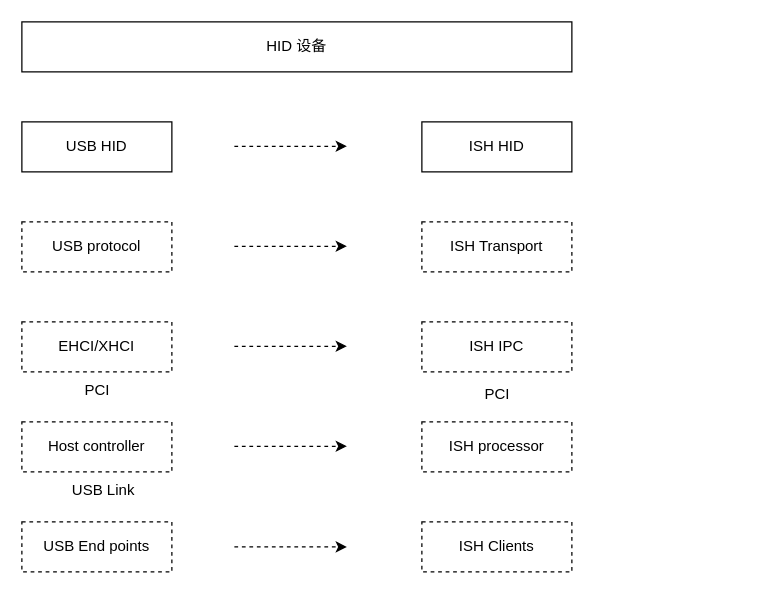
Before: page "框架对比" (1 of 2) of ISH 总线设备驱动模型.drawio in Vinson-001/Blog-flow-chart, a draw.io diagram. Source tidied: cells renumbered, new cells numbered last; positions are measured from the earlier drawing's top-left corner, leaving out a move shared by most shapes. Both pictures are drawn from the tidied source at 125%, with x=0, y=0 at pixel (21, 21).
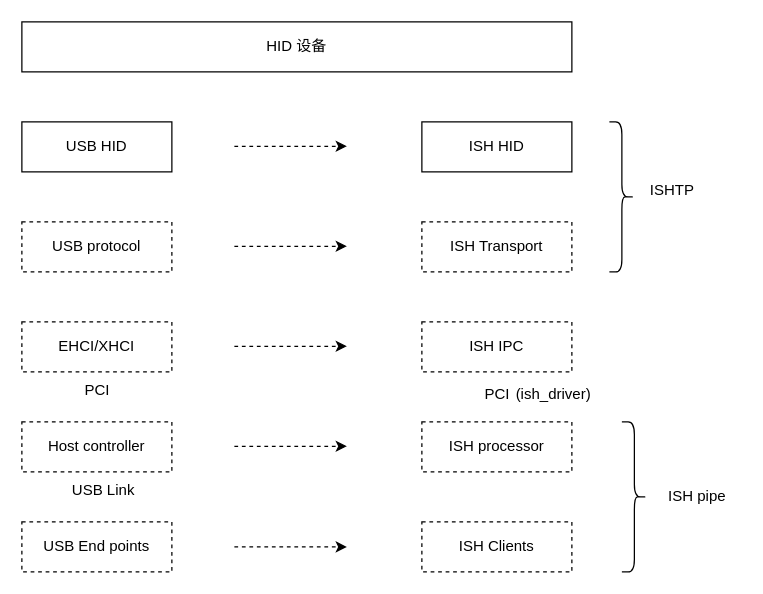
The same page after the edit.

The edit, as a diff of the source:
```diff
@@
+    <mxCell id="21" style="shape=curlyBracket;whiteSpace=wrap;html=1;rounded=1;flipH=1;labelPosition=right;verticalLabelPosition=middle;align=left;verticalAlign=middle;" parent="1" vertex="1">
+      <mxGeometry x="480" y="320" width="20" height="120" as="geometry" />
+    </mxCell>
+    <mxCell id="22" value="ISH pipe" style="text;html=1;align=center;verticalAlign=middle;strokeColor=none;fillColor=none;" parent="1" vertex="1">
+      <mxGeometry x="505" y="365" width="70" height="30" as="geometry" />
+    </mxCell>
+    <mxCell id="23" value="(ish_driver)" style="text;html=1;align=center;verticalAlign=middle;strokeColor=none;fillColor=none;" parent="1" vertex="1">
+      <mxGeometry x="385" y="283" width="80" height="30" as="geometry" />
+    </mxCell>
+    <mxCell id="24" style="shape=curlyBracket;whiteSpace=wrap;html=1;rounded=1;flipH=1;labelPosition=right;verticalLabelPosition=middle;align=left;verticalAlign=middle;" parent="1" vertex="1">
+      <mxGeometry x="470" y="80" width="20" height="120" as="geometry" />
+    </mxCell>
+    <mxCell id="25" value="ISHTP" style="text;html=1;align=center;verticalAlign=middle;strokeColor=none;fillColor=none;" parent="1" vertex="1">
+      <mxGeometry x="490" y="120" width="60" height="30" as="geometry" />
+    </mxCell>
```
